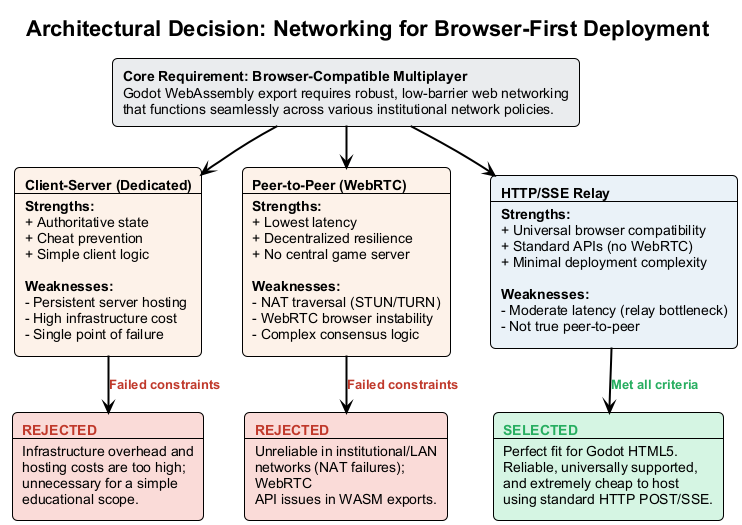
Earlier version of the PlantUML export figures/diagrams/networking-approach-comparison.png (Siponek/HPC-thesis). Source of this version:
```plantuml
@startuml networking-approach-comparison
!theme plain
skinparam backgroundColor white
skinparam defaultFontName Arial
skinparam nodesep 40
skinparam ranksep 40
skinparam roundcorner 10
skinparam ArrowThickness 2

title Architectural Decision: Networking for Browser-First Deployment

rectangle "<b>Core Requirement: Browser-Compatible Multiplayer</b>\nGodot WebAssembly export requires robust, low-barrier web networking\nthat functions seamlessly across various institutional network policies." as REQ #EAECEE

together {
    rectangle "<b>Client-Server (Dedicated)</b>\n----\n<b>Strengths:</b>\n+ Authoritative state\n+ Cheat prevention\n+ Simple client logic\n\n<b>Weaknesses:</b>\n- Persistent server hosting\n- High infrastructure cost\n- Single point of failure" as CS #FDF2E9

    rectangle "<b>Peer-to-Peer (WebRTC)</b>\n----\n<b>Strengths:</b>\n+ Lowest latency\n+ Decentralized resilience\n+ No central game server\n\n<b>Weaknesses:</b>\n- NAT traversal (STUN/TURN)\n- WebRTC browser instability\n- Complex consensus logic" as P2P #FDF2E9

    rectangle "<b>HTTP/SSE Relay</b>\n----\n<b>Strengths:</b>\n+ Universal browser compatibility\n+ Standard APIs (no WebRTC)\n+ Minimal deployment complexity\n\n<b>Weaknesses:</b>\n- Moderate latency (relay bottleneck)\n- Not true peer-to-peer" as RELAY #EAF2F8
}

REQ -down-> CS
REQ -down-> P2P
REQ -down-> RELAY

rectangle "<color:#C0392B><b>REJECTED</b></color>\n----\nInfrastructure overhead and\nhosting costs are too high;\nunnecessary for a simple\neducational scope." as REJ_CS #FADBD8

rectangle "<color:#C0392B><b>REJECTED</b></color>\n----\nUnreliable in institutional/LAN\nnetworks (NAT failures);\nWebRTC\nAPI issues in WASM exports." as REJ_P2P #FADBD8

rectangle "<color:#27AE60><b>SELECTED</b></color>\n----\nPerfect fit for Godot HTML5.\nReliable, universally supported,\nand extremely cheap to host\nusing standard HTTP POST/SSE." as SEL_RELAY #D5F5E3

CS -down-> REJ_CS : <color:#C0392B><b>Failed constraints</b></color>
P2P -down-> REJ_P2P : <color:#C0392B><b>Failed constraints</b></color>
RELAY -down-> SEL_RELAY : <color:#27AE60><b>Met all criteria</b></color>

REJ_CS -[hidden]right- REJ_P2P
REJ_P2P -[hidden]right- SEL_RELAY

@enduml
```
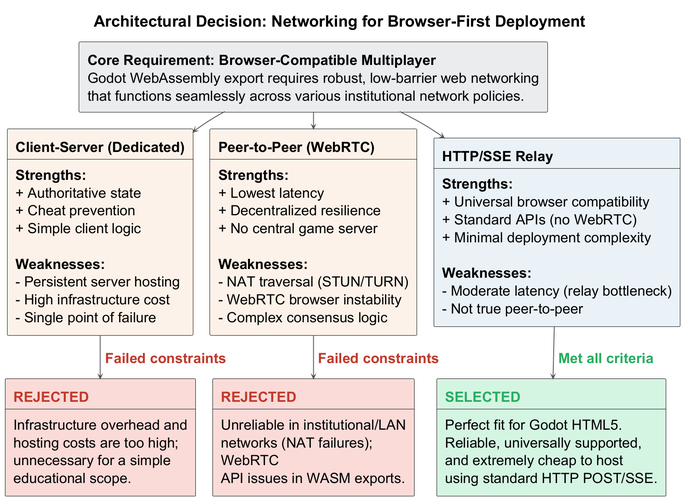
Later version of the same file.

Change to the diagram source:
```diff
@@ -1,11 +1,8 @@
 @startuml networking-approach-comparison
 !theme plain
-skinparam backgroundColor white
-skinparam defaultFontName Arial
+!include ../shared/theme.puml
 skinparam nodesep 40
 skinparam ranksep 40
-skinparam roundcorner 10
-skinparam ArrowThickness 2
 
 title Architectural Decision: Networking for Browser-First Deployment
 
```
